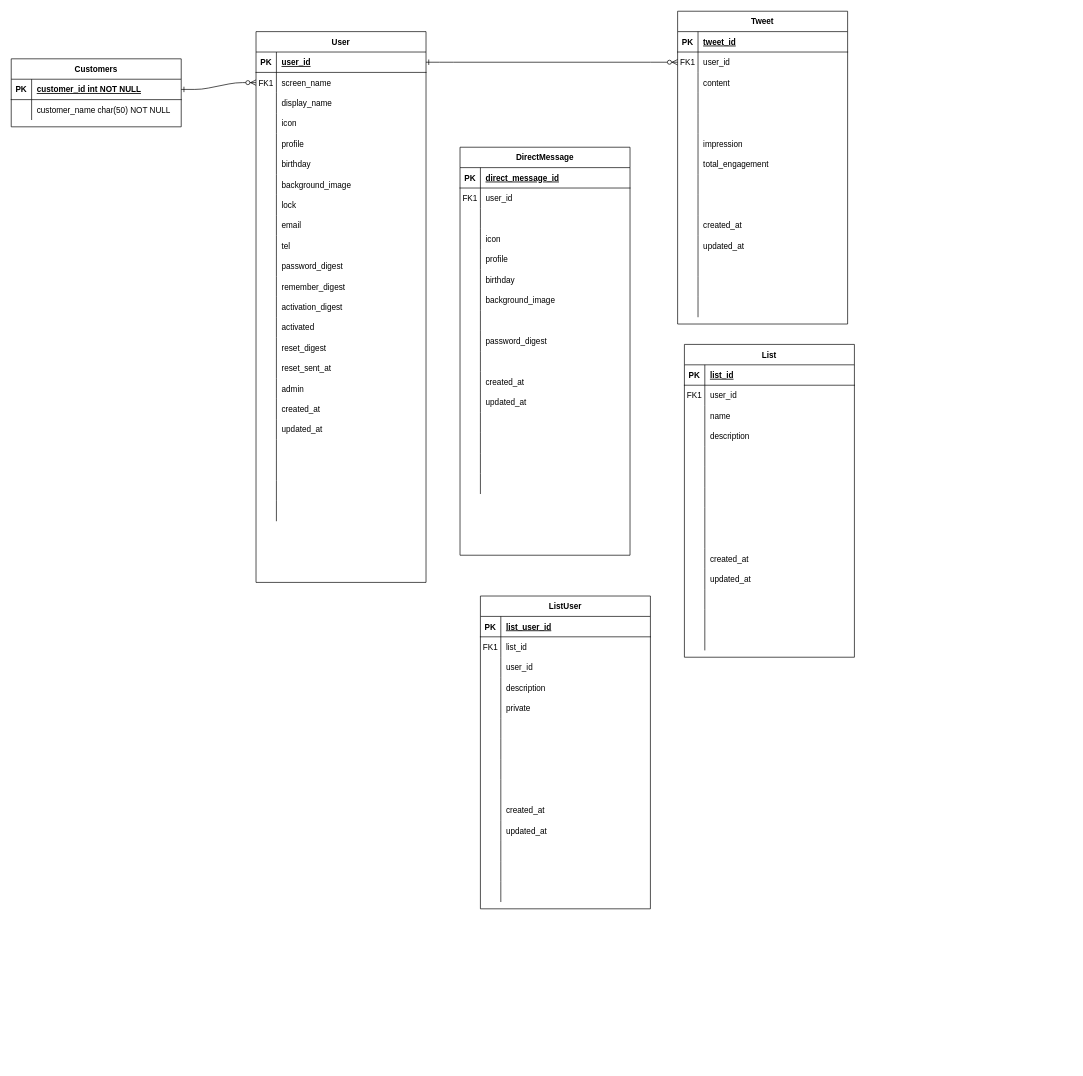
Earlier version of the draw.io diagram twitter.drawio (universato/boot). Source tidied: cells renumbered, new cells numbered last; positions are measured from the earlier drawing's top-left corner, leaving out a move shared by most shapes. Both pictures are drawn from the tidied source at 68%, with x=0, y=0 at pixel (11, 11).
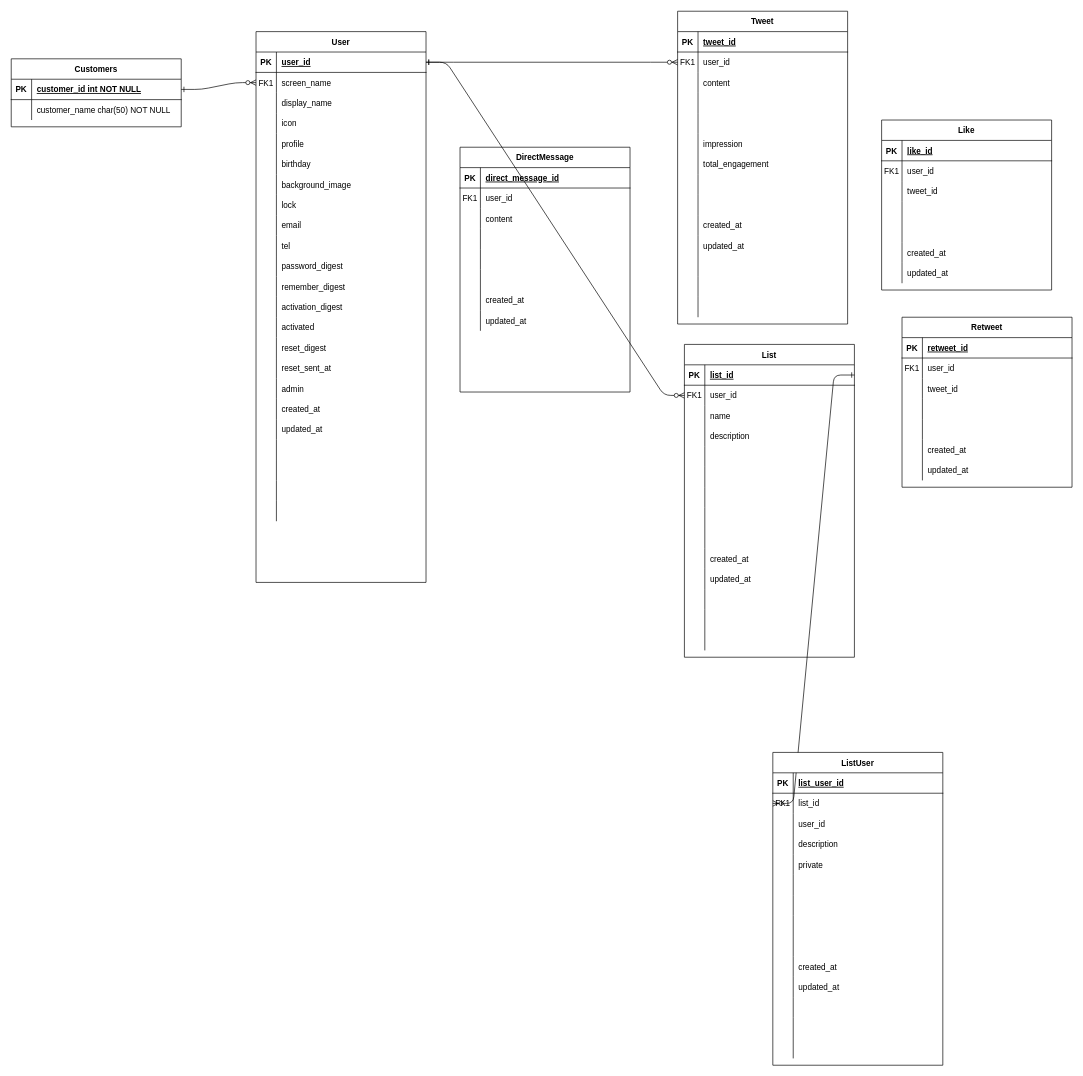
The same page after the edit.

Commit message:
Update twitter.drawio about retweet

Unchanged cells that the change refers to:
```xml
<mxCell id="5" style="shape=partialRectangle;fillColor=none;points=[[0,0.5],[1,0.5]];portConstraint=eastwest;top=0;left=0;right=0;bottom=1;" parent="4" vertex="1">
  <mxGeometry y="30" width="250" height="30" as="geometry" />
</mxCell>
<mxCell id="131" style="shape=partialRectangle;fillColor=none;top=0;left=0;right=0;bottom=0;" parent="124" vertex="1">
  <mxGeometry y="90" width="250" height="30" as="geometry" />
</mxCell>
<mxCell id="134" style="shape=partialRectangle;fillColor=none;top=0;left=0;right=0;bottom=0;" parent="124" vertex="1">
  <mxGeometry y="120" width="250" height="30" as="geometry" />
</mxCell>
<mxCell id="174" style="shape=partialRectangle;fillColor=none;points=[[0,0.5],[1,0.5]];portConstraint=eastwest;top=0;left=0;right=0;bottom=1;" parent="173" vertex="1">
  <mxGeometry y="30" width="250" height="30" as="geometry" />
</mxCell>
<mxCell id="177" style="shape=partialRectangle;fillColor=none;points=[[0,0.5],[1,0.5]];portConstraint=eastwest;top=0;left=0;right=0;bottom=0;" parent="173" vertex="1">
  <mxGeometry y="60" width="250" height="30" as="geometry" />
</mxCell>
<mxCell id="220" style="shape=partialRectangle;fillColor=none;points=[[0,0.5],[1,0.5]];portConstraint=eastwest;top=0;left=0;right=0;bottom=0;" parent="216" vertex="1">
  <mxGeometry y="60" width="250" height="30" as="geometry" />
</mxCell>
```

Change to the diagram source:
```diff
@@
     <mxCell id="124" value="DirectMessage" style="shape=table;startSize=30;childLayout=tableLayout;rowLines=0;fontStyle=1;align=center;" parent="1" vertex="1">
-      <mxGeometry x="660" y="200" width="250" height="600" as="geometry" />
+      <mxGeometry x="660" y="200" width="250" height="360" as="geometry" />
     </mxCell>
@@
-    <mxCell id="133" style="shape=partialRectangle;overflow=hidden;fillColor=none;top=0;left=0;bottom=0;right=0;align=left;spacingLeft=6;" parent="131" vertex="1">
+    <mxCell id="133" value="content" style="shape=partialRectangle;overflow=hidden;fillColor=none;top=0;left=0;bottom=0;right=0;align=left;spacingLeft=6;" parent="131" vertex="1">
       <mxGeometry x="30" width="220" height="30" as="geometry" />
     </mxCell>
@@
-    <mxCell id="136" value="icon" style="shape=partialRectangle;overflow=hidden;fillColor=none;top=0;left=0;bottom=0;right=0;align=left;spacingLeft=6;" parent="134" vertex="1">
+    <mxCell id="136" style="shape=partialRectangle;overflow=hidden;fillColor=none;top=0;left=0;bottom=0;right=0;align=left;spacingLeft=6;" parent="134" vertex="1">
       <mxGeometry x="30" width="220" height="30" as="geometry" />
     </mxCell>
-    <mxCell id="137" style="shape=partialRectangle;fillColor=none;top=0;left=0;right=0;bottom=0;" parent="124" vertex="1">
-      <mxGeometry y="150" width="250" height="30" as="geometry" />
-    </mxCell>
-    <mxCell id="138" style="shape=partialRectangle;overflow=hidden;fillColor=none;top=0;left=0;bottom=0;right=0;" parent="137" vertex="1">
-      <mxGeometry width="30" height="30" as="geometry" />
-    </mxCell>
-    <mxCell id="139" value="profile" style="shape=partialRectangle;overflow=hidden;fillColor=none;top=0;left=0;bottom=0;right=0;align=left;spacingLeft=6;" parent="137" vertex="1">
-      <mxGeometry x="30" width="220" height="30" as="geometry" />
-    </mxCell>
-    <mxCell id="140" style="shape=partialRectangle;fillColor=none;top=0;left=0;right=0;bottom=0;" parent="124" vertex="1">
-      <mxGeometry y="180" width="250" height="30" as="geometry" />
-    </mxCell>
-    <mxCell id="141" style="shape=partialRectangle;overflow=hidden;fillColor=none;top=0;left=0;bottom=0;right=0;" parent="140" vertex="1">
-      <mxGeometry width="30" height="30" as="geometry" />
-    </mxCell>
-    <mxCell id="142" value="birthday" style="shape=partialRectangle;overflow=hidden;fillColor=none;top=0;left=0;bottom=0;right=0;align=left;spacingLeft=6;" parent="140" vertex="1">
-      <mxGeometry x="30" width="220" height="30" as="geometry" />
-    </mxCell>
-    <mxCell id="143" style="shape=partialRectangle;fillColor=none;top=0;left=0;right=0;bottom=0;" parent="124" vertex="1">
-      <mxGeometry y="210" width="250" height="30" as="geometry" />
-    </mxCell>
-    <mxCell id="144" style="shape=partialRectangle;overflow=hidden;fillColor=none;top=0;left=0;bottom=0;right=0;" parent="143" vertex="1">
-      <mxGeometry width="30" height="30" as="geometry" />
-    </mxCell>
-    <mxCell id="145" value="background_image" style="shape=partialRectangle;overflow=hidden;fillColor=none;top=0;left=0;bottom=0;right=0;align=left;spacingLeft=6;" parent="143" vertex="1">
-      <mxGeometry x="30" width="220" height="30" as="geometry" />
-    </mxCell>
-    <mxCell id="146" style="shape=partialRectangle;fillColor=none;top=0;left=0;right=0;bottom=0;" parent="124" vertex="1">
-      <mxGeometry y="240" width="250" height="30" as="geometry" />
-    </mxCell>
-    <mxCell id="147" style="shape=partialRectangle;overflow=hidden;fillColor=none;top=0;left=0;bottom=0;right=0;" parent="146" vertex="1">
-      <mxGeometry width="30" height="30" as="geometry" />
-    </mxCell>
-    <mxCell id="148" style="shape=partialRectangle;overflow=hidden;fillColor=none;top=0;left=0;bottom=0;right=0;align=left;spacingLeft=6;" parent="146" vertex="1">
-      <mxGeometry x="30" width="220" height="30" as="geometry" />
-    </mxCell>
     <mxCell id="149" style="shape=partialRectangle;fillColor=none;top=0;left=0;right=0;bottom=0;" parent="124" vertex="1">
-      <mxGeometry y="270" width="250" height="30" as="geometry" />
+      <mxGeometry y="150" width="250" height="30" as="geometry" />
     </mxCell>
@@
-    <mxCell id="151" value="password_digest" style="shape=partialRectangle;overflow=hidden;fillColor=none;top=0;left=0;bottom=0;right=0;align=left;spacingLeft=6;" parent="149" vertex="1">
+    <mxCell id="151" style="shape=partialRectangle;overflow=hidden;fillColor=none;top=0;left=0;bottom=0;right=0;align=left;spacingLeft=6;" parent="149" vertex="1">
       <mxGeometry x="30" width="220" height="30" as="geometry" />
     </mxCell>
     <mxCell id="152" style="shape=partialRectangle;fillColor=none;top=0;left=0;right=0;bottom=0;" parent="124" vertex="1">
-      <mxGeometry y="300" width="250" height="30" as="geometry" />
+      <mxGeometry y="180" width="250" height="30" as="geometry" />
     </mxCell>
@@
     <mxCell id="155" style="shape=partialRectangle;fillColor=none;top=0;left=0;right=0;bottom=0;" parent="124" vertex="1">
-      <mxGeometry y="330" width="250" height="30" as="geometry" />
+      <mxGeometry y="210" width="250" height="30" as="geometry" />
     </mxCell>
@@
     <mxCell id="158" style="shape=partialRectangle;fillColor=none;top=0;left=0;right=0;bottom=0;" parent="124" vertex="1">
-      <mxGeometry y="360" width="250" height="30" as="geometry" />
+      <mxGeometry y="240" width="250" height="30" as="geometry" />
     </mxCell>
@@
-    <mxCell id="161" style="shape=partialRectangle;fillColor=none;top=0;left=0;right=0;bottom=0;" parent="124" vertex="1">
-      <mxGeometry y="390" width="250" height="30" as="geometry" />
-    </mxCell>
-    <mxCell id="162" style="shape=partialRectangle;overflow=hidden;fillColor=none;top=0;left=0;bottom=0;right=0;" parent="161" vertex="1">
-      <mxGeometry width="30" height="30" as="geometry" />
-    </mxCell>
-    <mxCell id="163" style="shape=partialRectangle;overflow=hidden;fillColor=none;top=0;left=0;bottom=0;right=0;align=left;spacingLeft=6;" parent="161" vertex="1">
-      <mxGeometry x="30" width="220" height="30" as="geometry" />
-    </mxCell>
-    <mxCell id="164" style="shape=partialRectangle;fillColor=none;top=0;left=0;right=0;bottom=0;" parent="124" vertex="1">
-      <mxGeometry y="420" width="250" height="30" as="geometry" />
-    </mxCell>
-    <mxCell id="165" style="shape=partialRectangle;overflow=hidden;fillColor=none;top=0;left=0;bottom=0;right=0;" parent="164" vertex="1">
-      <mxGeometry width="30" height="30" as="geometry" />
-    </mxCell>
-    <mxCell id="166" style="shape=partialRectangle;overflow=hidden;fillColor=none;top=0;left=0;bottom=0;right=0;align=left;spacingLeft=6;" parent="164" vertex="1">
-      <mxGeometry x="30" width="220" height="30" as="geometry" />
-    </mxCell>
-    <mxCell id="167" style="shape=partialRectangle;fillColor=none;top=0;left=0;right=0;bottom=0;" parent="124" vertex="1">
-      <mxGeometry y="450" width="250" height="30" as="geometry" />
-    </mxCell>
-    <mxCell id="168" style="shape=partialRectangle;overflow=hidden;fillColor=none;top=0;left=0;bottom=0;right=0;" parent="167" vertex="1">
-      <mxGeometry width="30" height="30" as="geometry" />
-    </mxCell>
-    <mxCell id="169" style="shape=partialRectangle;overflow=hidden;fillColor=none;top=0;left=0;bottom=0;right=0;align=left;spacingLeft=6;" parent="167" vertex="1">
-      <mxGeometry x="30" width="220" height="30" as="geometry" />
-    </mxCell>
-    <mxCell id="170" style="shape=partialRectangle;fillColor=none;top=0;left=0;right=0;bottom=0;" parent="124" vertex="1">
-      <mxGeometry y="480" width="250" height="30" as="geometry" />
-    </mxCell>
-    <mxCell id="171" style="shape=partialRectangle;overflow=hidden;fillColor=none;top=0;left=0;bottom=0;right=0;" parent="170" vertex="1">
-      <mxGeometry width="30" height="30" as="geometry" />
-    </mxCell>
-    <mxCell id="172" style="shape=partialRectangle;overflow=hidden;fillColor=none;top=0;left=0;bottom=0;right=0;align=left;spacingLeft=6;" parent="170" vertex="1">
-      <mxGeometry x="30" width="220" height="30" as="geometry" />
-    </mxCell>
@@
+    <mxCell id="259" style="edgeStyle=entityRelationEdgeStyle;endArrow=ERzeroToMany;startArrow=ERone;endFill=1;startFill=0;entryX=0;entryY=0.5;entryDx=0;entryDy=0;exitX=1;exitY=0.5;exitDx=0;exitDy=0;" parent="1" edge="1" source="5" target="177">
+      <mxGeometry relative="1" as="geometry" />
+    </mxCell>
+    <mxCell id="260" style="edgeStyle=entityRelationEdgeStyle;endArrow=ERzeroToMany;startArrow=ERone;endFill=1;startFill=0;entryX=0;entryY=0.5;entryDx=0;entryDy=0;exitX=1;exitY=0.5;exitDx=0;exitDy=0;" parent="1" edge="1" source="174" target="220">
+      <mxGeometry relative="1" as="geometry" />
+    </mxCell>
+    <mxCell id="261" value="Like" style="shape=table;startSize=30;childLayout=tableLayout;rowLines=0;fontStyle=1;align=center;" parent="1" vertex="1">
+      <mxGeometry x="1280" y="160" width="250" height="250" as="geometry" />
+    </mxCell>
+    <mxCell id="262" style="shape=partialRectangle;fillColor=none;top=0;left=0;right=0;bottom=1;" parent="261" vertex="1">
+      <mxGeometry y="30" width="250" height="30" as="geometry" />
+    </mxCell>
+    <mxCell id="263" value="PK" style="shape=partialRectangle;overflow=hidden;fillColor=none;top=0;left=0;bottom=0;right=0;fontStyle=1;" parent="262" vertex="1">
+      <mxGeometry width="30" height="30" as="geometry" />
+    </mxCell>
+    <mxCell id="264" value="like_id" style="shape=partialRectangle;overflow=hidden;fillColor=none;top=0;left=0;bottom=0;right=0;align=left;spacingLeft=6;fontStyle=5;" parent="262" vertex="1">
+      <mxGeometry x="30" width="220" height="30" as="geometry" />
+    </mxCell>
+    <mxCell id="265" style="shape=partialRectangle;fillColor=none;top=0;left=0;right=0;bottom=0;" parent="261" vertex="1">
+      <mxGeometry y="60" width="250" height="30" as="geometry" />
+    </mxCell>
+    <mxCell id="266" value="FK1" style="shape=partialRectangle;overflow=hidden;fillColor=none;top=0;left=0;bottom=0;right=0;" parent="265" vertex="1">
+      <mxGeometry width="30" height="30" as="geometry" />
+    </mxCell>
+    <mxCell id="267" value="user_id" style="shape=partialRectangle;overflow=hidden;fillColor=none;top=0;left=0;bottom=0;right=0;align=left;spacingLeft=6;" parent="265" vertex="1">
+      <mxGeometry x="30" width="220" height="30" as="geometry" />
+    </mxCell>
+    <mxCell id="268" style="shape=partialRectangle;fillColor=none;top=0;left=0;right=0;bottom=0;" parent="261" vertex="1">
+      <mxGeometry y="90" width="250" height="30" as="geometry" />
+    </mxCell>
+    <mxCell id="269" style="shape=partialRectangle;overflow=hidden;fillColor=none;top=0;left=0;bottom=0;right=0;" parent="268" vertex="1">
+      <mxGeometry width="30" height="30" as="geometry" />
+    </mxCell>
+    <mxCell id="270" value="tweet_id" style="shape=partialRectangle;overflow=hidden;fillColor=none;top=0;left=0;bottom=0;right=0;align=left;spacingLeft=6;" parent="268" vertex="1">
+      <mxGeometry x="30" width="220" height="30" as="geometry" />
+    </mxCell>
+    <mxCell id="271" style="shape=partialRectangle;fillColor=none;top=0;left=0;right=0;bottom=0;" parent="261" vertex="1">
+      <mxGeometry y="120" width="250" height="30" as="geometry" />
+    </mxCell>
+    <mxCell id="272" style="shape=partialRectangle;overflow=hidden;fillColor=none;top=0;left=0;bottom=0;right=0;" parent="271" vertex="1">
+      <mxGeometry width="30" height="30" as="geometry" />
+    </mxCell>
+    <mxCell id="273" style="shape=partialRectangle;overflow=hidden;fillColor=none;top=0;left=0;bottom=0;right=0;align=left;spacingLeft=6;" parent="271" vertex="1">
+      <mxGeometry x="30" width="220" height="30" as="geometry" />
+    </mxCell>
+    <mxCell id="274" style="shape=partialRectangle;fillColor=none;top=0;left=0;right=0;bottom=0;" parent="261" vertex="1">
+      <mxGeometry y="150" width="250" height="30" as="geometry" />
+    </mxCell>
+    <mxCell id="275" style="shape=partialRectangle;overflow=hidden;fillColor=none;top=0;left=0;bottom=0;right=0;" parent="274" vertex="1">
+      <mxGeometry width="30" height="30" as="geometry" />
+    </mxCell>
+    <mxCell id="276" style="shape=partialRectangle;overflow=hidden;fillColor=none;top=0;left=0;bottom=0;right=0;align=left;spacingLeft=6;" parent="274" vertex="1">
+      <mxGeometry x="30" width="220" height="30" as="geometry" />
+    </mxCell>
+    <mxCell id="277" style="shape=partialRectangle;fillColor=none;top=0;left=0;right=0;bottom=0;" parent="261" vertex="1">
+      <mxGeometry y="180" width="250" height="30" as="geometry" />
+    </mxCell>
+    <mxCell id="278" style="shape=partialRectangle;overflow=hidden;fillColor=none;top=0;left=0;bottom=0;right=0;" parent="277" vertex="1">
+      <mxGeometry width="30" height="30" as="geometry" />
+    </mxCell>
+    <mxCell id="279" value="created_at" style="shape=partialRectangle;overflow=hidden;fillColor=none;top=0;left=0;bottom=0;right=0;align=left;spacingLeft=6;" parent="277" vertex="1">
+      <mxGeometry x="30" width="220" height="30" as="geometry" />
+    </mxCell>
+    <mxCell id="280" style="shape=partialRectangle;fillColor=none;top=0;left=0;right=0;bottom=0;" parent="261" vertex="1">
+      <mxGeometry y="210" width="250" height="30" as="geometry" />
+    </mxCell>
+    <mxCell id="281" style="shape=partialRectangle;overflow=hidden;fillColor=none;top=0;left=0;bottom=0;right=0;" parent="280" vertex="1">
+      <mxGeometry width="30" height="30" as="geometry" />
+    </mxCell>
+    <mxCell id="282" value="updated_at" style="shape=partialRectangle;overflow=hidden;fillColor=none;top=0;left=0;bottom=0;right=0;align=left;spacingLeft=6;" parent="280" vertex="1">
+      <mxGeometry x="30" width="220" height="30" as="geometry" />
+    </mxCell>
+    <mxCell id="283" value="Retweet" style="shape=table;startSize=30;childLayout=tableLayout;rowLines=0;fontStyle=1;align=center;" parent="1" vertex="1">
+      <mxGeometry x="1310" y="450" width="250" height="250" as="geometry" />
+    </mxCell>
+    <mxCell id="284" style="shape=partialRectangle;fillColor=none;top=0;left=0;right=0;bottom=1;" parent="283" vertex="1">
+      <mxGeometry y="30" width="250" height="30" as="geometry" />
+    </mxCell>
+    <mxCell id="285" value="PK" style="shape=partialRectangle;overflow=hidden;fillColor=none;top=0;left=0;bottom=0;right=0;fontStyle=1;" parent="284" vertex="1">
+      <mxGeometry width="30" height="30" as="geometry" />
+    </mxCell>
+    <mxCell id="286" value="retweet_id" style="shape=partialRectangle;overflow=hidden;fillColor=none;top=0;left=0;bottom=0;right=0;align=left;spacingLeft=6;fontStyle=5;" parent="284" vertex="1">
+      <mxGeometry x="30" width="220" height="30" as="geometry" />
+    </mxCell>
+    <mxCell id="287" style="shape=partialRectangle;fillColor=none;top=0;left=0;right=0;bottom=0;" parent="283" vertex="1">
+      <mxGeometry y="60" width="250" height="30" as="geometry" />
+    </mxCell>
+    <mxCell id="288" value="FK1" style="shape=partialRectangle;overflow=hidden;fillColor=none;top=0;left=0;bottom=0;right=0;" parent="287" vertex="1">
+      <mxGeometry width="30" height="30" as="geometry" />
+    </mxCell>
+    <mxCell id="289" value="user_id" style="shape=partialRectangle;overflow=hidden;fillColor=none;top=0;left=0;bottom=0;right=0;align=left;spacingLeft=6;" parent="287" vertex="1">
+      <mxGeometry x="30" width="220" height="30" as="geometry" />
+    </mxCell>
+    <mxCell id="290" style="shape=partialRectangle;fillColor=none;top=0;left=0;right=0;bottom=0;" parent="283" vertex="1">
+      <mxGeometry y="90" width="250" height="30" as="geometry" />
+    </mxCell>
+    <mxCell id="291" style="shape=partialRectangle;overflow=hidden;fillColor=none;top=0;left=0;bottom=0;right=0;" parent="290" vertex="1">
+      <mxGeometry width="30" height="30" as="geometry" />
+    </mxCell>
+    <mxCell id="292" value="tweet_id" style="shape=partialRectangle;overflow=hidden;fillColor=none;top=0;left=0;bottom=0;right=0;align=left;spacingLeft=6;" parent="290" vertex="1">
+      <mxGeometry x="30" width="220" height="30" as="geometry" />
+    </mxCell>
+    <mxCell id="293" style="shape=partialRectangle;fillColor=none;top=0;left=0;right=0;bottom=0;" parent="283" vertex="1">
+      <mxGeometry y="120" width="250" height="30" as="geometry" />
+    </mxCell>
+    <mxCell id="294" style="shape=partialRectangle;overflow=hidden;fillColor=none;top=0;left=0;bottom=0;right=0;" parent="293" vertex="1">
+      <mxGeometry width="30" height="30" as="geometry" />
+    </mxCell>
+    <mxCell id="295" style="shape=partialRectangle;overflow=hidden;fillColor=none;top=0;left=0;bottom=0;right=0;align=left;spacingLeft=6;" parent="293" vertex="1">
+      <mxGeometry x="30" width="220" height="30" as="geometry" />
+    </mxCell>
+    <mxCell id="296" style="shape=partialRectangle;fillColor=none;top=0;left=0;right=0;bottom=0;" parent="283" vertex="1">
+      <mxGeometry y="150" width="250" height="30" as="geometry" />
+    </mxCell>
+    <mxCell id="297" style="shape=partialRectangle;overflow=hidden;fillColor=none;top=0;left=0;bottom=0;right=0;" parent="296" vertex="1">
+      <mxGeometry width="30" height="30" as="geometry" />
+    </mxCell>
+    <mxCell id="298" style="shape=partialRectangle;overflow=hidden;fillColor=none;top=0;left=0;bottom=0;right=0;align=left;spacingLeft=6;" parent="296" vertex="1">
+      <mxGeometry x="30" width="220" height="30" as="geometry" />
+    </mxCell>
+    <mxCell id="299" style="shape=partialRectangle;fillColor=none;top=0;left=0;right=0;bottom=0;" parent="283" vertex="1">
+      <mxGeometry y="180" width="250" height="30" as="geometry" />
+    </mxCell>
+    <mxCell id="300" style="shape=partialRectangle;overflow=hidden;fillColor=none;top=0;left=0;bottom=0;right=0;" parent="299" vertex="1">
+      <mxGeometry width="30" height="30" as="geometry" />
+    </mxCell>
+    <mxCell id="301" value="created_at" style="shape=partialRectangle;overflow=hidden;fillColor=none;top=0;left=0;bottom=0;right=0;align=left;spacingLeft=6;" parent="299" vertex="1">
+      <mxGeometry x="30" width="220" height="30" as="geometry" />
+    </mxCell>
+    <mxCell id="302" style="shape=partialRectangle;fillColor=none;top=0;left=0;right=0;bottom=0;" parent="283" vertex="1">
+      <mxGeometry y="210" width="250" height="30" as="geometry" />
+    </mxCell>
+    <mxCell id="303" style="shape=partialRectangle;overflow=hidden;fillColor=none;top=0;left=0;bottom=0;right=0;" parent="302" vertex="1">
+      <mxGeometry width="30" height="30" as="geometry" />
+    </mxCell>
+    <mxCell id="304" value="updated_at" style="shape=partialRectangle;overflow=hidden;fillColor=none;top=0;left=0;bottom=0;right=0;align=left;spacingLeft=6;" parent="302" vertex="1">
+      <mxGeometry x="30" width="220" height="30" as="geometry" />
+    </mxCell>
     <mxCell id="216" value="ListUser" style="shape=table;startSize=30;childLayout=tableLayout;rowLines=0;fontStyle=1;align=center;" parent="1" vertex="1">
-      <mxGeometry x="690" y="860" width="250" height="460" as="geometry" />
+      <mxGeometry x="1120" y="1090" width="250" height="460" as="geometry" />
     </mxCell>
```
